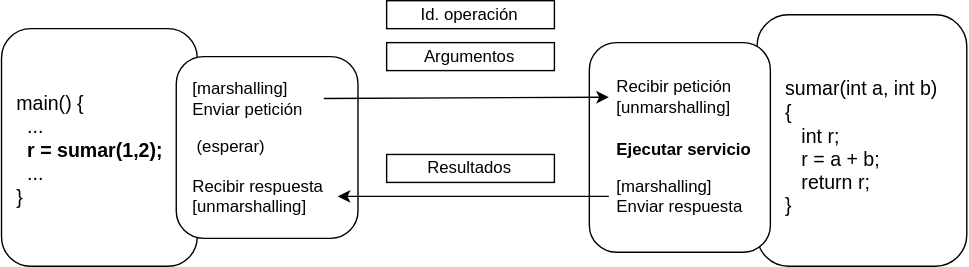
The draw.io diagram transparencias/ssdd_rpc/ssdd_rpc_drawio_16.svg in acaldero/uc3m_sd, before a commit. Source tidied: cells renumbered, new cells last; positions are measured from the earlier drawing's top-left corner, leaving out a move shared by most shapes. Its diagram source:
```xml
<mxGraphModel>
  <root>
    <mxCell id="0" />
    <mxCell id="1" parent="0" />
    <mxCell id="2" style="rounded=1;whiteSpace=wrap;html=1;fillColor=default;" parent="1" vertex="1">
      <mxGeometry x="540.5" y="10" width="150" height="180" as="geometry" />
    </mxCell>
    <mxCell id="3" style="rounded=1;whiteSpace=wrap;html=1;fillColor=default;" parent="1" vertex="1">
      <mxGeometry y="20" width="140" height="170" as="geometry" />
    </mxCell>
    <mxCell id="4" style="rounded=1;whiteSpace=wrap;html=1;fillColor=default;" parent="1" vertex="1">
      <mxGeometry x="420.5" y="30" width="129.5" height="150" as="geometry" />
    </mxCell>
    <mxCell id="5" value="Resultados" style="rounded=0;whiteSpace=wrap;html=1;" parent="1" vertex="1">
      <mxGeometry x="275.5" y="110" width="120" height="20" as="geometry" />
    </mxCell>
    <mxCell id="6" value="Argumentos" style="rounded=0;whiteSpace=wrap;html=1;" parent="1" vertex="1">
      <mxGeometry x="275.5" y="30" width="120" height="20" as="geometry" />
    </mxCell>
    <mxCell id="7" value="Id. operación" style="rounded=0;whiteSpace=wrap;html=1;" parent="1" vertex="1">
      <mxGeometry x="275.5" width="120" height="20" as="geometry" />
    </mxCell>
    <mxCell id="8" value="main() {&lt;br style=&quot;font-size: 14px;&quot;&gt;&amp;nbsp; ...&lt;br style=&quot;font-size: 14px;&quot;&gt;&lt;b style=&quot;font-size: 14px;&quot;&gt;&amp;nbsp; r = sumar(1,2);&lt;/b&gt;&lt;br style=&quot;font-size: 14px;&quot;&gt;&amp;nbsp; ...&lt;br style=&quot;font-size: 14px;&quot;&gt;&lt;div style=&quot;font-size: 14px;&quot;&gt;}&lt;br style=&quot;font-size: 14px;&quot;&gt;&lt;/div&gt;" style="text;html=1;strokeColor=none;fillColor=none;align=left;verticalAlign=middle;whiteSpace=wrap;rounded=0;fontSize=14;" parent="1" vertex="1">
      <mxGeometry x="9" y="52" width="120" height="110" as="geometry" />
    </mxCell>
    <mxCell id="9" style="rounded=1;whiteSpace=wrap;html=1;fillColor=default;" parent="1" vertex="1">
      <mxGeometry x="125" y="40" width="130" height="130" as="geometry" />
    </mxCell>
    <mxCell id="10" value="Recibir respuesta&lt;br&gt;[unmarshalling]" style="text;html=1;strokeColor=none;fillColor=none;align=left;verticalAlign=middle;whiteSpace=wrap;rounded=0;" parent="1" vertex="1">
      <mxGeometry x="135.5" y="120" width="105" height="40" as="geometry" />
    </mxCell>
    <mxCell id="11" value="[marshalling]&lt;br&gt;Enviar petición" style="text;html=1;strokeColor=none;fillColor=none;align=left;verticalAlign=middle;whiteSpace=wrap;rounded=0;" parent="1" vertex="1">
      <mxGeometry x="135.5" y="50" width="95" height="40" as="geometry" />
    </mxCell>
    <mxCell id="12" value="(esperar)&lt;br&gt;" style="text;html=1;strokeColor=none;fillColor=none;align=left;verticalAlign=middle;whiteSpace=wrap;rounded=0;" parent="1" vertex="1">
      <mxGeometry x="137.5" y="90" width="140" height="30" as="geometry" />
    </mxCell>
    <mxCell id="13" style="endArrow=classic;html=1;rounded=0;exitX=1;exitY=0.5;exitDx=0;exitDy=0;entryX=0;entryY=0.5;entryDx=0;entryDy=0;" parent="1" edge="1" source="11" target="15">
      <mxGeometry relative="1" as="geometry" />
    </mxCell>
    <mxCell id="14" style="endArrow=classic;html=1;rounded=0;exitX=0;exitY=0.5;exitDx=0;exitDy=0;entryX=1;entryY=0.5;entryDx=0;entryDy=0;" parent="1" edge="1" source="16" target="10">
      <mxGeometry relative="1" as="geometry" />
    </mxCell>
    <mxCell id="15" value="&amp;nbsp;Recibir petición&lt;br&gt;&amp;nbsp;[unmarshalling]" style="text;html=1;strokeColor=none;fillColor=none;align=left;verticalAlign=middle;whiteSpace=wrap;rounded=0;" parent="1" vertex="1">
      <mxGeometry x="434.5" y="49" width="116" height="40" as="geometry" />
    </mxCell>
    <mxCell id="16" value="&amp;nbsp;[marshalling]&lt;br&gt;&amp;nbsp;Enviar respuesta" style="text;html=1;strokeColor=none;fillColor=none;align=left;verticalAlign=middle;whiteSpace=wrap;rounded=0;" parent="1" vertex="1">
      <mxGeometry x="434.5" y="114.5" width="106" height="51" as="geometry" />
    </mxCell>
    <mxCell id="17" value="&amp;nbsp;Ejecutar servicio" style="text;html=1;strokeColor=none;fillColor=none;align=left;verticalAlign=middle;whiteSpace=wrap;rounded=0;fontStyle=1;" parent="1" vertex="1">
      <mxGeometry x="434.5" y="92" width="114.5" height="30" as="geometry" />
    </mxCell>
    <mxCell id="18" value="sumar(int a, int b)&lt;br&gt;{&lt;br&gt;&amp;nbsp;&amp;nbsp; int r;&lt;br&gt;&amp;nbsp;&amp;nbsp; r = a + b;&lt;br&gt;&amp;nbsp;&amp;nbsp; return r;&lt;br&gt;}" style="text;html=1;strokeColor=none;fillColor=none;align=left;verticalAlign=middle;whiteSpace=wrap;rounded=0;fontSize=14;" parent="1" vertex="1">
      <mxGeometry x="558.8" y="50" width="113.5" height="110" as="geometry" />
    </mxCell>
  </root>
</mxGraphModel>
```
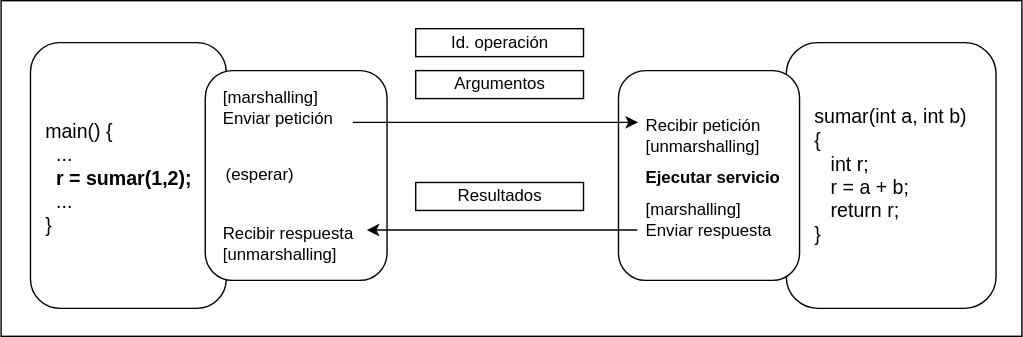
Above is the later version.

Change to the diagram source:
```diff
@@ -2,11 +2,14 @@
   <root>
     <mxCell id="0" />
     <mxCell id="1" parent="0" />
+    <mxCell id="19" style="rounded=0;whiteSpace=wrap;html=1;fillColor=#FFFFFF;" parent="1" vertex="1">
+      <mxGeometry x="-21" y="-20" width="730" height="240" as="geometry" />
+    </mxCell>
     <mxCell id="2" style="rounded=1;whiteSpace=wrap;html=1;fillColor=default;" parent="1" vertex="1">
-      <mxGeometry x="540.5" y="10" width="150" height="180" as="geometry" />
+      <mxGeometry x="540.5" y="10" width="150" height="190" as="geometry" />
     </mxCell>
     <mxCell id="3" style="rounded=1;whiteSpace=wrap;html=1;fillColor=default;" parent="1" vertex="1">
-      <mxGeometry y="20" width="140" height="170" as="geometry" />
+      <mxGeometry y="10" width="140" height="190" as="geometry" />
     </mxCell>
     <mxCell id="4" style="rounded=1;whiteSpace=wrap;html=1;fillColor=default;" parent="1" vertex="1">
       <mxGeometry x="420.5" y="30" width="129.5" height="150" as="geometry" />
@@ -24,28 +27,28 @@
       <mxGeometry x="9" y="52" width="120" height="110" as="geometry" />
     </mxCell>
     <mxCell id="9" style="rounded=1;whiteSpace=wrap;html=1;fillColor=default;" parent="1" vertex="1">
-      <mxGeometry x="125" y="40" width="130" height="130" as="geometry" />
+      <mxGeometry x="125" y="30" width="130" height="150" as="geometry" />
     </mxCell>
     <mxCell id="10" value="Recibir respuesta&lt;br&gt;[unmarshalling]" style="text;html=1;strokeColor=none;fillColor=none;align=left;verticalAlign=middle;whiteSpace=wrap;rounded=0;" parent="1" vertex="1">
-      <mxGeometry x="135.5" y="120" width="105" height="40" as="geometry" />
+      <mxGeometry x="135.5" y="134" width="105" height="40" as="geometry" />
     </mxCell>
     <mxCell id="11" value="[marshalling]&lt;br&gt;Enviar petición" style="text;html=1;strokeColor=none;fillColor=none;align=left;verticalAlign=middle;whiteSpace=wrap;rounded=0;" parent="1" vertex="1">
-      <mxGeometry x="135.5" y="50" width="95" height="40" as="geometry" />
+      <mxGeometry x="135.5" y="37" width="95" height="40" as="geometry" />
     </mxCell>
     <mxCell id="12" value="(esperar)&lt;br&gt;" style="text;html=1;strokeColor=none;fillColor=none;align=left;verticalAlign=middle;whiteSpace=wrap;rounded=0;" parent="1" vertex="1">
       <mxGeometry x="137.5" y="90" width="140" height="30" as="geometry" />
     </mxCell>
-    <mxCell id="13" style="endArrow=classic;html=1;rounded=0;exitX=1;exitY=0.5;exitDx=0;exitDy=0;entryX=0;entryY=0.5;entryDx=0;entryDy=0;" parent="1" edge="1" source="11" target="15">
+    <mxCell id="13" style="endArrow=classic;html=1;rounded=0;exitX=1;exitY=0.75;exitDx=0;exitDy=0;entryX=0;entryY=0.25;entryDx=0;entryDy=0;" parent="1" edge="1" source="11" target="15">
       <mxGeometry relative="1" as="geometry" />
     </mxCell>
-    <mxCell id="14" style="endArrow=classic;html=1;rounded=0;exitX=0;exitY=0.5;exitDx=0;exitDy=0;entryX=1;entryY=0.5;entryDx=0;entryDy=0;" parent="1" edge="1" source="16" target="10">
+    <mxCell id="14" style="endArrow=classic;html=1;rounded=0;exitX=-0.005;exitY=0.637;exitDx=0;exitDy=0;entryX=1;entryY=0.25;entryDx=0;entryDy=0;exitPerimeter=0;" parent="1" edge="1" source="16" target="10">
       <mxGeometry relative="1" as="geometry" />
     </mxCell>
     <mxCell id="15" value="&amp;nbsp;Recibir petición&lt;br&gt;&amp;nbsp;[unmarshalling]" style="text;html=1;strokeColor=none;fillColor=none;align=left;verticalAlign=middle;whiteSpace=wrap;rounded=0;" parent="1" vertex="1">
-      <mxGeometry x="434.5" y="49" width="116" height="40" as="geometry" />
+      <mxGeometry x="434.5" y="57" width="116" height="40" as="geometry" />
     </mxCell>
     <mxCell id="16" value="&amp;nbsp;[marshalling]&lt;br&gt;&amp;nbsp;Enviar respuesta" style="text;html=1;strokeColor=none;fillColor=none;align=left;verticalAlign=middle;whiteSpace=wrap;rounded=0;" parent="1" vertex="1">
-      <mxGeometry x="434.5" y="114.5" width="106" height="51" as="geometry" />
+      <mxGeometry x="434.5" y="111.5" width="106" height="51" as="geometry" />
     </mxCell>
     <mxCell id="17" value="&amp;nbsp;Ejecutar servicio" style="text;html=1;strokeColor=none;fillColor=none;align=left;verticalAlign=middle;whiteSpace=wrap;rounded=0;fontStyle=1;" parent="1" vertex="1">
       <mxGeometry x="434.5" y="92" width="114.5" height="30" as="geometry" />
```
